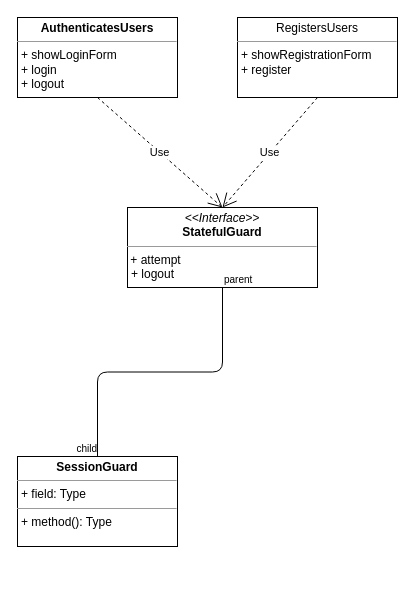
Above: laravel-auth.drawio in zhchenxin/flow (draw.io), before the change. Source tidied: cells renumbered, new cells numbered last; positions are measured from the earlier drawing's top-left corner, leaving out a move shared by most shapes. Both pictures are drawn from the tidied source at 100%, with x=0, y=0 at pixel (17, 17).
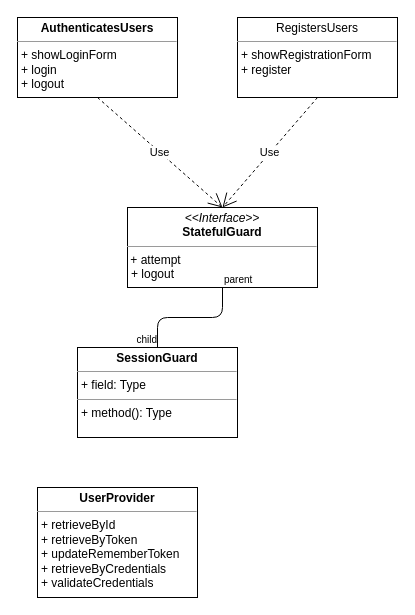
Above is the later version.

The edit, as a diff of the source:
```diff
@@
 <mxGraphModel>
   <root>
     <mxCell id="0" />
     <mxCell id="1" parent="0" />
     <mxCell id="2" value="&lt;p style=&quot;margin: 0px ; margin-top: 4px ; text-align: center&quot;&gt;&lt;b&gt;AuthenticatesUsers&lt;/b&gt;&lt;/p&gt;&lt;hr size=&quot;1&quot;&gt;&lt;p style=&quot;margin: 0px ; margin-left: 4px&quot;&gt;+ showLoginForm&lt;/p&gt;&lt;p style=&quot;margin: 0px ; margin-left: 4px&quot;&gt;+&amp;nbsp;login&lt;/p&gt;&lt;p style=&quot;margin: 0px ; margin-left: 4px&quot;&gt;+&amp;nbsp;logout&lt;/p&gt;" style="verticalAlign=top;align=left;overflow=fill;fontSize=12;fontFamily=Helvetica;html=1;" parent="1" vertex="1">
       <mxGeometry width="160" height="80" as="geometry" />
     </mxCell>
     <mxCell id="3" value="Use" style="endArrow=open;endSize=12;dashed=1;html=1;entryX=0.5;entryY=0;entryDx=0;entryDy=0;exitX=0.5;exitY=1;exitDx=0;exitDy=0;" parent="1" edge="1" source="2" target="6">
       <mxGeometry relative="1" as="geometry" />
     </mxCell>
     <mxCell id="4" value="&lt;p style=&quot;margin: 0px ; margin-top: 4px ; text-align: center&quot;&gt;RegistersUsers&lt;br&gt;&lt;/p&gt;&lt;hr size=&quot;1&quot;&gt;&lt;p style=&quot;margin: 0px ; margin-left: 4px&quot;&gt;+ showRegistrationForm&lt;/p&gt;&lt;p style=&quot;margin: 0px ; margin-left: 4px&quot;&gt;+&amp;nbsp;register&lt;/p&gt;" style="verticalAlign=top;align=left;overflow=fill;fontSize=12;fontFamily=Helvetica;html=1;" parent="1" vertex="1">
       <mxGeometry x="220" width="160" height="80" as="geometry" />
     </mxCell>
     <mxCell id="5" value="Use" style="endArrow=open;endSize=12;dashed=1;html=1;exitX=0.5;exitY=1;exitDx=0;exitDy=0;entryX=0.5;entryY=0;entryDx=0;entryDy=0;" parent="1" edge="1" source="4" target="6">
       <mxGeometry relative="1" as="geometry" />
     </mxCell>
     <mxCell id="6" value="&lt;p style=&quot;margin: 0px ; margin-top: 4px ; text-align: center&quot;&gt;&lt;i&gt;&amp;lt;&amp;lt;Interface&amp;gt;&amp;gt;&lt;/i&gt;&lt;br&gt;&lt;b&gt;StatefulGuard&lt;/b&gt;&lt;br&gt;&lt;/p&gt;&lt;hr size=&quot;1&quot;&gt;&lt;p style=&quot;margin: 0px ; margin-left: 4px&quot;&gt;&lt;/p&gt;&amp;nbsp;+ attempt&lt;p style=&quot;margin: 0px ; margin-left: 4px&quot;&gt;+ logout&lt;/p&gt;" style="verticalAlign=top;align=left;overflow=fill;fontSize=12;fontFamily=Helvetica;html=1;" parent="1" vertex="1">
       <mxGeometry x="110" y="190" width="190" height="80" as="geometry" />
     </mxCell>
     <mxCell id="7" value="&lt;p style=&quot;margin: 0px ; margin-top: 4px ; text-align: center&quot;&gt;&lt;b&gt;SessionGuard&lt;/b&gt;&lt;/p&gt;&lt;hr size=&quot;1&quot;&gt;&lt;p style=&quot;margin: 0px ; margin-left: 4px&quot;&gt;+ field: Type&lt;/p&gt;&lt;hr size=&quot;1&quot;&gt;&lt;p style=&quot;margin: 0px ; margin-left: 4px&quot;&gt;+ method(): Type&lt;/p&gt;" style="verticalAlign=top;align=left;overflow=fill;fontSize=12;fontFamily=Helvetica;html=1;" parent="1" vertex="1">
-      <mxGeometry y="439" width="160" height="90" as="geometry" />
+      <mxGeometry x="60" y="330" width="160" height="90" as="geometry" />
     </mxCell>
     <mxCell id="8" style="endArrow=none;html=1;edgeStyle=orthogonalEdgeStyle;exitX=0.5;exitY=1;exitDx=0;exitDy=0;" parent="1" edge="1" source="6" target="7">
       <mxGeometry relative="1" as="geometry" />
     </mxCell>
     <mxCell id="9" value="parent" style="html=1;align=left;verticalAlign=bottom;labelBackgroundColor=#ffffff;fontSize=10;" parent="8" vertex="1">
       <mxGeometry x="-1" relative="1" as="geometry" />
     </mxCell>
     <mxCell id="10" value="child" style="html=1;align=right;verticalAlign=bottom;labelBackgroundColor=#ffffff;fontSize=10;" parent="8" vertex="1">
       <mxGeometry x="1" relative="1" as="geometry" />
     </mxCell>
+    <mxCell id="11" value="&lt;p style=&quot;margin: 0px ; margin-top: 4px ; text-align: center&quot;&gt;&lt;b&gt;UserProvider&lt;/b&gt;&lt;/p&gt;&lt;hr size=&quot;1&quot;&gt;&lt;p style=&quot;margin: 0px ; margin-left: 4px&quot;&gt;+ retrieveById&lt;/p&gt;&lt;p style=&quot;margin: 0px ; margin-left: 4px&quot;&gt;+&amp;nbsp;retrieveByToken&lt;/p&gt;&lt;p style=&quot;margin: 0px ; margin-left: 4px&quot;&gt;+&amp;nbsp;updateRememberToken&lt;/p&gt;&lt;p style=&quot;margin: 0px ; margin-left: 4px&quot;&gt;+&amp;nbsp;retrieveByCredentials&lt;/p&gt;&lt;p style=&quot;margin: 0px ; margin-left: 4px&quot;&gt;+&amp;nbsp;validateCredentials&lt;/p&gt;" style="verticalAlign=top;align=left;overflow=fill;fontSize=12;fontFamily=Helvetica;html=1;" parent="1" vertex="1">
+      <mxGeometry x="20" y="470" width="160" height="110" as="geometry" />
+    </mxCell>
   </root>
 </mxGraphModel>
```
